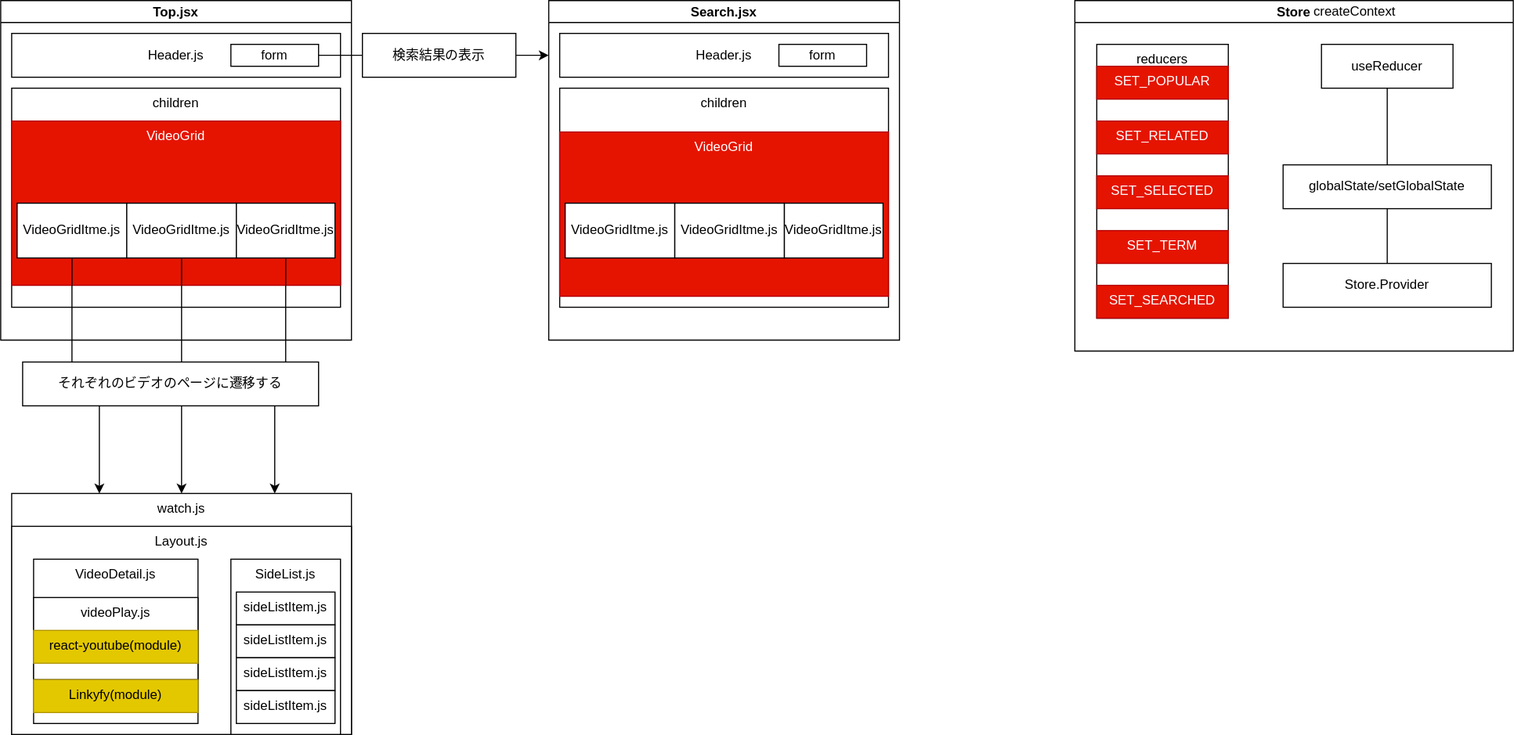
Before: youtube-createContext/component.drawio.svg, a diagram exported from draw.io (awsome-cats/project-design-for-react). Source tidied: cells renumbered, new cells last; positions are measured from the earlier drawing's top-left corner, leaving out a move shared by most shapes. Its diagram source:
```xml
<mxGraphModel>
  <root>
    <mxCell id="0" />
    <mxCell id="1" parent="0" />
    <mxCell id="2" value="Top.jsx" style="swimlane;startSize=20;horizontal=1;containerType=tree;" parent="1" vertex="1">
      <mxGeometry width="320" height="310" as="geometry" />
    </mxCell>
    <mxCell id="3" value="Header.js" style="whiteSpace=wrap;html=1;newEdgeStyle={&quot;edgeStyle&quot;:&quot;elbowEdgeStyle&quot;,&quot;startArrow&quot;:&quot;none&quot;,&quot;endArrow&quot;:&quot;none&quot;};" parent="2" vertex="1">
      <mxGeometry x="10" y="30" width="300" height="40" as="geometry" />
    </mxCell>
    <mxCell id="4" value="children" style="whiteSpace=wrap;html=1;newEdgeStyle={&quot;edgeStyle&quot;:&quot;elbowEdgeStyle&quot;,&quot;startArrow&quot;:&quot;none&quot;,&quot;endArrow&quot;:&quot;none&quot;};verticalAlign=top;" parent="2" vertex="1">
      <mxGeometry x="10" y="80" width="300" height="200" as="geometry" />
    </mxCell>
    <mxCell id="5" value="form" style="rounded=0;whiteSpace=wrap;html=1;align=center;verticalAlign=middle;" parent="2" vertex="1">
      <mxGeometry x="210" y="40" width="80" height="20" as="geometry" />
    </mxCell>
    <mxCell id="6" value="Store" style="swimlane;startSize=20;horizontal=1;containerType=tree;" parent="1" vertex="1">
      <mxGeometry x="980" width="400" height="320" as="geometry" />
    </mxCell>
    <mxCell id="7" style="edgeStyle=elbowEdgeStyle;elbow=vertical;startArrow=none;endArrow=none;rounded=0;" parent="6" edge="1" source="8" target="9">
      <mxGeometry relative="1" as="geometry" />
    </mxCell>
    <mxCell id="8" value="globalState/setGlobalState" style="whiteSpace=wrap;html=1;newEdgeStyle={&quot;edgeStyle&quot;:&quot;elbowEdgeStyle&quot;,&quot;startArrow&quot;:&quot;none&quot;,&quot;endArrow&quot;:&quot;none&quot;};" parent="6" vertex="1">
      <mxGeometry x="190" y="150" width="190" height="40" as="geometry" />
    </mxCell>
    <mxCell id="9" value="useReducer" style="whiteSpace=wrap;html=1;newEdgeStyle={&quot;edgeStyle&quot;:&quot;elbowEdgeStyle&quot;,&quot;startArrow&quot;:&quot;none&quot;,&quot;endArrow&quot;:&quot;none&quot;};" parent="6" vertex="1">
      <mxGeometry x="225" y="40" width="120" height="40" as="geometry" />
    </mxCell>
    <mxCell id="10" value="createContext" style="text;html=1;align=center;verticalAlign=middle;strokeColor=none;" parent="6" vertex="1">
      <mxGeometry x="210" width="90" height="20" as="geometry" />
    </mxCell>
    <mxCell id="11" style="edgeStyle=elbowEdgeStyle;rounded=0;jettySize=auto;html=1;elbow=vertical;startArrow=none;endArrow=none;" parent="6" edge="1" source="8" target="12">
      <mxGeometry relative="1" as="geometry" />
    </mxCell>
    <mxCell id="12" value="Store.Provider" style="whiteSpace=wrap;html=1;newEdgeStyle={&quot;edgeStyle&quot;:&quot;elbowEdgeStyle&quot;,&quot;startArrow&quot;:&quot;none&quot;,&quot;endArrow&quot;:&quot;none&quot;};" parent="6" vertex="1">
      <mxGeometry x="190" y="240" width="190" height="40" as="geometry" />
    </mxCell>
    <mxCell id="13" value="reducers" style="whiteSpace=wrap;html=1;verticalAlign=top;" parent="6" vertex="1">
      <mxGeometry x="20" y="40" width="120" height="250" as="geometry" />
    </mxCell>
    <mxCell id="14" value="SET_POPULAR" style="rounded=0;whiteSpace=wrap;html=1;verticalAlign=top;fillColor=#e51400;strokeColor=#B20000;fontColor=#ffffff;" parent="6" vertex="1">
      <mxGeometry x="20" y="60" width="120" height="30" as="geometry" />
    </mxCell>
    <mxCell id="15" value="SET_RELATED" style="rounded=0;whiteSpace=wrap;html=1;verticalAlign=top;fillColor=#e51400;strokeColor=#B20000;fontColor=#ffffff;" parent="6" vertex="1">
      <mxGeometry x="20" y="110" width="120" height="30" as="geometry" />
    </mxCell>
    <mxCell id="16" value="SET_SELECTED" style="rounded=0;whiteSpace=wrap;html=1;verticalAlign=top;fillColor=#e51400;strokeColor=#B20000;fontColor=#ffffff;" parent="6" vertex="1">
      <mxGeometry x="20" y="160" width="120" height="30" as="geometry" />
    </mxCell>
    <mxCell id="17" value="SET_TERM" style="rounded=0;whiteSpace=wrap;html=1;verticalAlign=top;fillColor=#e51400;strokeColor=#B20000;fontColor=#ffffff;" parent="6" vertex="1">
      <mxGeometry x="20" y="210" width="120" height="30" as="geometry" />
    </mxCell>
    <mxCell id="18" value="SET_SEARCHED" style="rounded=0;whiteSpace=wrap;html=1;verticalAlign=top;fillColor=#e51400;strokeColor=#B20000;fontColor=#ffffff;" parent="6" vertex="1">
      <mxGeometry x="20" y="260" width="120" height="30" as="geometry" />
    </mxCell>
    <mxCell id="19" value="VideoGrid" style="rounded=0;whiteSpace=wrap;html=1;verticalAlign=top;fillColor=#e51400;strokeColor=#B20000;fontColor=#ffffff;" parent="1" vertex="1">
      <mxGeometry x="10" y="110" width="300" height="150" as="geometry" />
    </mxCell>
    <mxCell id="20" style="edgeStyle=orthogonalEdgeStyle;rounded=0;jettySize=auto;html=1;" parent="1" edge="1" source="21">
      <mxGeometry relative="1" as="geometry">
        <mxPoint x="90" y="450" as="targetPoint" />
      </mxGeometry>
    </mxCell>
    <mxCell id="21" value="VideoGridItme.js" style="rounded=0;whiteSpace=wrap;html=1;verticalAlign=middle;" parent="1" vertex="1">
      <mxGeometry x="15" y="185" width="100" height="50" as="geometry" />
    </mxCell>
    <mxCell id="22" style="edgeStyle=orthogonalEdgeStyle;rounded=0;jettySize=auto;html=1;" parent="1" edge="1" source="23" target="26">
      <mxGeometry relative="1" as="geometry" />
    </mxCell>
    <mxCell id="23" value="VideoGridItme.js" style="rounded=0;whiteSpace=wrap;html=1;verticalAlign=middle;" parent="1" vertex="1">
      <mxGeometry x="115" y="185" width="100" height="50" as="geometry" />
    </mxCell>
    <mxCell id="24" style="edgeStyle=orthogonalEdgeStyle;rounded=0;jettySize=auto;html=1;" parent="1" edge="1" source="25">
      <mxGeometry relative="1" as="geometry">
        <mxPoint x="250" y="450" as="targetPoint" />
      </mxGeometry>
    </mxCell>
    <mxCell id="25" value="VideoGridItme.js" style="rounded=0;whiteSpace=wrap;html=1;verticalAlign=middle;" parent="1" vertex="1">
      <mxGeometry x="215" y="185" width="90" height="50" as="geometry" />
    </mxCell>
    <mxCell id="26" value="watch.js" style="rounded=0;whiteSpace=wrap;html=1;verticalAlign=top;align=center;" parent="1" vertex="1">
      <mxGeometry x="10" y="450" width="310" height="220" as="geometry" />
    </mxCell>
    <mxCell id="27" value="それぞれのビデオのページに遷移する" style="rounded=0;whiteSpace=wrap;html=1;verticalAlign=middle;" parent="1" vertex="1">
      <mxGeometry x="20" y="330" width="270" height="40" as="geometry" />
    </mxCell>
    <mxCell id="28" value="Layout.js" style="rounded=0;whiteSpace=wrap;html=1;verticalAlign=top;" parent="1" vertex="1">
      <mxGeometry x="10" y="480" width="310" height="190" as="geometry" />
    </mxCell>
    <mxCell id="29" value="VideoDetail.js" style="rounded=0;whiteSpace=wrap;html=1;verticalAlign=top;" parent="1" vertex="1">
      <mxGeometry x="30" y="510" width="150" height="150" as="geometry" />
    </mxCell>
    <mxCell id="30" value="SideList.js" style="rounded=0;whiteSpace=wrap;html=1;verticalAlign=top;" parent="1" vertex="1">
      <mxGeometry x="210" y="510" width="100" height="160" as="geometry" />
    </mxCell>
    <mxCell id="31" value="sideListItem.js" style="rounded=0;whiteSpace=wrap;html=1;align=center;verticalAlign=top;" parent="1" vertex="1">
      <mxGeometry x="215" y="540" width="90" height="30" as="geometry" />
    </mxCell>
    <mxCell id="32" value="sideListItem.js" style="rounded=0;whiteSpace=wrap;html=1;align=center;verticalAlign=top;" parent="1" vertex="1">
      <mxGeometry x="215" y="570" width="90" height="30" as="geometry" />
    </mxCell>
    <mxCell id="33" value="sideListItem.js" style="rounded=0;whiteSpace=wrap;html=1;align=center;verticalAlign=top;" parent="1" vertex="1">
      <mxGeometry x="215" y="600" width="90" height="30" as="geometry" />
    </mxCell>
    <mxCell id="34" value="sideListItem.js" style="rounded=0;whiteSpace=wrap;html=1;align=center;verticalAlign=top;" parent="1" vertex="1">
      <mxGeometry x="215" y="630" width="90" height="30" as="geometry" />
    </mxCell>
    <mxCell id="35" style="endArrow=classic;html=1;" parent="1" edge="1">
      <mxGeometry relative="1" as="geometry">
        <mxPoint x="290" y="50" as="sourcePoint" />
        <mxPoint x="500" y="50" as="targetPoint" />
      </mxGeometry>
    </mxCell>
    <mxCell id="36" style="group;" parent="1" vertex="1">
      <mxGeometry x="500" width="320" height="310" as="geometry" />
    </mxCell>
    <mxCell id="37" value="Search.jsx" style="swimlane;startSize=20;horizontal=1;containerType=tree;" parent="36" vertex="1">
      <mxGeometry width="320" height="310" as="geometry" />
    </mxCell>
    <mxCell id="38" value="Header.js" style="whiteSpace=wrap;html=1;newEdgeStyle={&quot;edgeStyle&quot;:&quot;elbowEdgeStyle&quot;,&quot;startArrow&quot;:&quot;none&quot;,&quot;endArrow&quot;:&quot;none&quot;};" parent="37" vertex="1">
      <mxGeometry x="10" y="30" width="300" height="40" as="geometry" />
    </mxCell>
    <mxCell id="39" value="children" style="whiteSpace=wrap;html=1;newEdgeStyle={&quot;edgeStyle&quot;:&quot;elbowEdgeStyle&quot;,&quot;startArrow&quot;:&quot;none&quot;,&quot;endArrow&quot;:&quot;none&quot;};verticalAlign=top;" parent="37" vertex="1">
      <mxGeometry x="10" y="80" width="300" height="200" as="geometry" />
    </mxCell>
    <mxCell id="40" value="form" style="rounded=0;whiteSpace=wrap;html=1;align=center;verticalAlign=middle;" parent="37" vertex="1">
      <mxGeometry x="210" y="40" width="80" height="20" as="geometry" />
    </mxCell>
    <mxCell id="41" value="VideoGrid" style="rounded=0;whiteSpace=wrap;html=1;verticalAlign=top;fillColor=#e51400;strokeColor=#B20000;fontColor=#ffffff;" parent="36" vertex="1">
      <mxGeometry x="10" y="120" width="300" height="150" as="geometry" />
    </mxCell>
    <mxCell id="42" value="VideoGridItme.js" style="rounded=0;whiteSpace=wrap;html=1;verticalAlign=middle;" parent="36" vertex="1">
      <mxGeometry x="15" y="185" width="100" height="50" as="geometry" />
    </mxCell>
    <mxCell id="43" value="VideoGridItme.js" style="rounded=0;whiteSpace=wrap;html=1;verticalAlign=middle;" parent="36" vertex="1">
      <mxGeometry x="115" y="185" width="100" height="50" as="geometry" />
    </mxCell>
    <mxCell id="44" value="VideoGridItme.js" style="rounded=0;whiteSpace=wrap;html=1;verticalAlign=middle;" parent="36" vertex="1">
      <mxGeometry x="215" y="185" width="90" height="50" as="geometry" />
    </mxCell>
    <mxCell id="45" value="検索結果の表示" style="rounded=0;whiteSpace=wrap;html=1;verticalAlign=middle;" parent="1" vertex="1">
      <mxGeometry x="330" y="30" width="140" height="40" as="geometry" />
    </mxCell>
    <mxCell id="46" value="videoPlay.js" style="rounded=0;whiteSpace=wrap;html=1;align=center;verticalAlign=top;" parent="1" vertex="1">
      <mxGeometry x="30" y="545" width="150" height="75" as="geometry" />
    </mxCell>
    <mxCell id="47" value="react-youtube(module)" style="rounded=0;whiteSpace=wrap;html=1;align=center;verticalAlign=top;fillColor=#e3c800;strokeColor=#B09500;fontColor=#000000;" parent="1" vertex="1">
      <mxGeometry x="30" y="575" width="150" height="30" as="geometry" />
    </mxCell>
    <mxCell id="48" value="Linkyfy(module)" style="rounded=0;whiteSpace=wrap;html=1;align=center;verticalAlign=top;fillColor=#e3c800;strokeColor=#B09500;fontColor=#000000;" parent="1" vertex="1">
      <mxGeometry x="30" y="620" width="150" height="30" as="geometry" />
    </mxCell>
  </root>
</mxGraphModel>
```
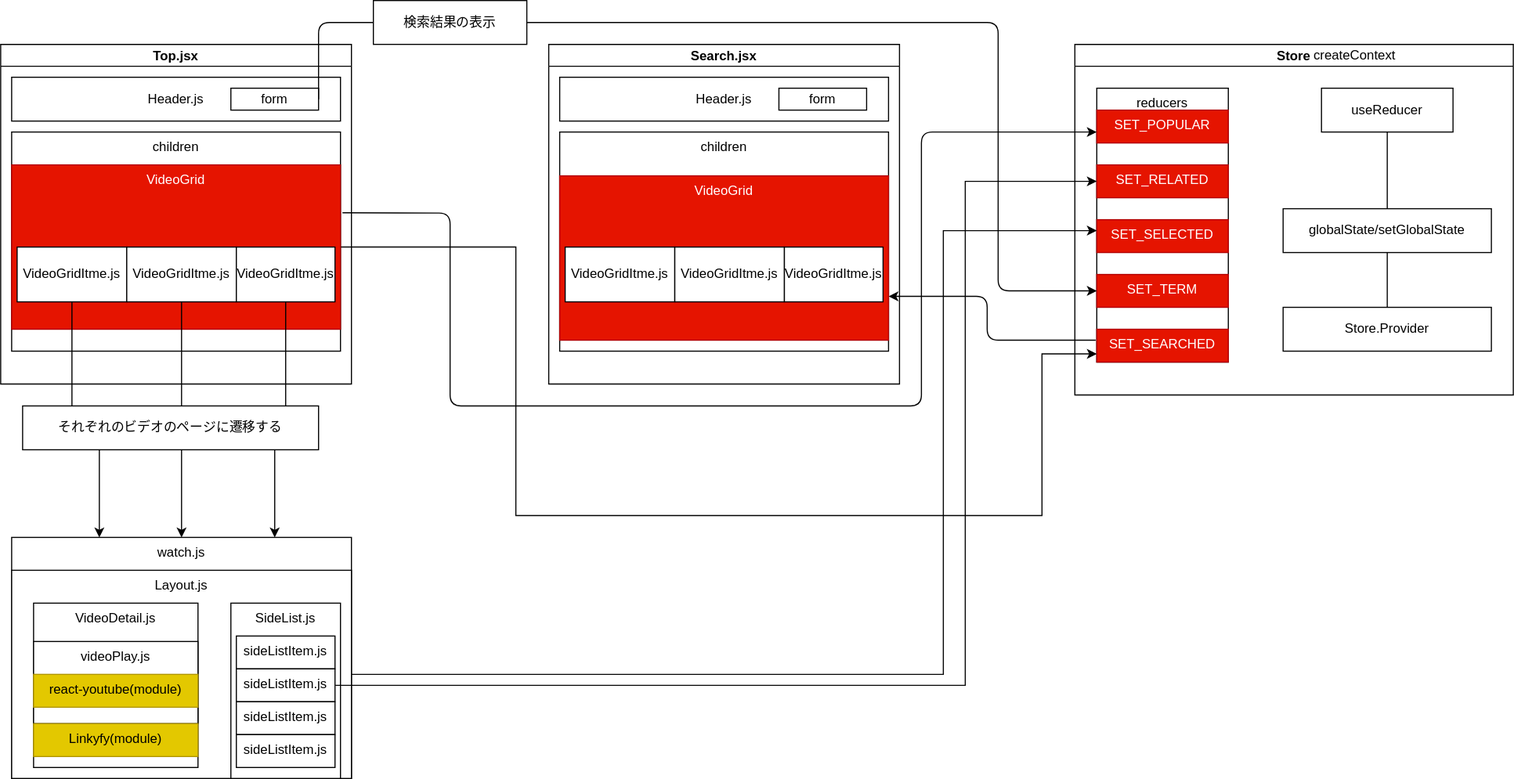
After the commit.

Diff of the diagram source:
```diff
@@ -53,6 +53,16 @@
     <mxCell id="18" value="SET_SEARCHED" style="rounded=0;whiteSpace=wrap;html=1;verticalAlign=top;fillColor=#e51400;strokeColor=#B20000;fontColor=#ffffff;" parent="6" vertex="1">
       <mxGeometry x="20" y="260" width="120" height="30" as="geometry" />
     </mxCell>
+    <mxCell id="49" style="edgeStyle=orthogonalEdgeStyle;rounded=0;jettySize=auto;html=1;fontColor=#FFFFFF;entryX=0;entryY=0.75;entryDx=0;entryDy=0;" parent="1" edge="1" source="19" target="18">
+      <mxGeometry relative="1" as="geometry">
+        <Array as="points">
+          <mxPoint x="470" y="185" />
+          <mxPoint x="470" y="430" />
+          <mxPoint x="950" y="430" />
+          <mxPoint x="950" y="283" />
+        </Array>
+      </mxGeometry>
+    </mxCell>
     <mxCell id="19" value="VideoGrid" style="rounded=0;whiteSpace=wrap;html=1;verticalAlign=top;fillColor=#e51400;strokeColor=#B20000;fontColor=#ffffff;" parent="1" vertex="1">
       <mxGeometry x="10" y="110" width="300" height="150" as="geometry" />
     </mxCell>
@@ -84,6 +94,16 @@
     <mxCell id="27" value="それぞれのビデオのページに遷移する" style="rounded=0;whiteSpace=wrap;html=1;verticalAlign=middle;" parent="1" vertex="1">
       <mxGeometry x="20" y="330" width="270" height="40" as="geometry" />
     </mxCell>
+    <mxCell id="50" style="edgeStyle=orthogonalEdgeStyle;rounded=0;jettySize=auto;html=1;fontColor=#FFFFFF;" parent="1" edge="1" source="28">
+      <mxGeometry relative="1" as="geometry">
+        <mxPoint x="1000" y="170" as="targetPoint" />
+        <Array as="points">
+          <mxPoint x="860" y="575" />
+          <mxPoint x="860" y="170" />
+          <mxPoint x="1000" y="170" />
+        </Array>
+      </mxGeometry>
+    </mxCell>
     <mxCell id="28" value="Layout.js" style="rounded=0;whiteSpace=wrap;html=1;verticalAlign=top;" parent="1" vertex="1">
       <mxGeometry x="10" y="480" width="310" height="190" as="geometry" />
     </mxCell>
@@ -96,6 +116,16 @@
     <mxCell id="31" value="sideListItem.js" style="rounded=0;whiteSpace=wrap;html=1;align=center;verticalAlign=top;" parent="1" vertex="1">
       <mxGeometry x="215" y="540" width="90" height="30" as="geometry" />
     </mxCell>
+    <mxCell id="51" style="edgeStyle=orthogonalEdgeStyle;rounded=0;jettySize=auto;html=1;fontColor=#FFFFFF;" parent="1" edge="1" source="32">
+      <mxGeometry relative="1" as="geometry">
+        <mxPoint x="1000" y="125" as="targetPoint" />
+        <Array as="points">
+          <mxPoint x="880" y="585" />
+          <mxPoint x="880" y="125" />
+          <mxPoint x="1000" y="125" />
+        </Array>
+      </mxGeometry>
+    </mxCell>
     <mxCell id="32" value="sideListItem.js" style="rounded=0;whiteSpace=wrap;html=1;align=center;verticalAlign=top;" parent="1" vertex="1">
       <mxGeometry x="215" y="570" width="90" height="30" as="geometry" />
     </mxCell>
@@ -107,8 +137,12 @@
     </mxCell>
     <mxCell id="35" style="endArrow=classic;html=1;" parent="1" edge="1">
       <mxGeometry relative="1" as="geometry">
-        <mxPoint x="290" y="50" as="sourcePoint" />
-        <mxPoint x="500" y="50" as="targetPoint" />
+        <mxPoint x="999" y="270" as="sourcePoint" />
+        <mxPoint x="810" y="230" as="targetPoint" />
+        <Array as="points">
+          <mxPoint x="900" y="270" />
+          <mxPoint x="900" y="230" />
+        </Array>
       </mxGeometry>
     </mxCell>
     <mxCell id="36" style="group;" parent="1" vertex="1">
@@ -138,9 +172,6 @@
     <mxCell id="44" value="VideoGridItme.js" style="rounded=0;whiteSpace=wrap;html=1;verticalAlign=middle;" parent="36" vertex="1">
       <mxGeometry x="215" y="185" width="90" height="50" as="geometry" />
     </mxCell>
-    <mxCell id="45" value="検索結果の表示" style="rounded=0;whiteSpace=wrap;html=1;verticalAlign=middle;" parent="1" vertex="1">
-      <mxGeometry x="330" y="30" width="140" height="40" as="geometry" />
-    </mxCell>
     <mxCell id="46" value="videoPlay.js" style="rounded=0;whiteSpace=wrap;html=1;align=center;verticalAlign=top;" parent="1" vertex="1">
       <mxGeometry x="30" y="545" width="150" height="75" as="geometry" />
     </mxCell>
@@ -150,5 +181,31 @@
     <mxCell id="48" value="Linkyfy(module)" style="rounded=0;whiteSpace=wrap;html=1;align=center;verticalAlign=top;fillColor=#e3c800;strokeColor=#B09500;fontColor=#000000;" parent="1" vertex="1">
       <mxGeometry x="30" y="620" width="150" height="30" as="geometry" />
     </mxCell>
+    <mxCell id="52" style="endArrow=classic;html=1;fontColor=#FFFFFF;entryX=0;entryY=0.5;entryDx=0;entryDy=0;" parent="1" edge="1" target="17">
+      <mxGeometry relative="1" as="geometry">
+        <mxPoint x="290" y="50" as="sourcePoint" />
+        <Array as="points">
+          <mxPoint x="290" y="-20" />
+          <mxPoint x="910" y="-20" />
+          <mxPoint x="910" y="225" />
+        </Array>
+      </mxGeometry>
+    </mxCell>
+    <mxCell id="45" value="検索結果の表示" style="rounded=0;whiteSpace=wrap;html=1;verticalAlign=middle;" parent="1" vertex="1">
+      <mxGeometry x="340" y="-40" width="140" height="40" as="geometry" />
+    </mxCell>
+    <mxCell id="53" style="endArrow=classic;html=1;fontColor=#FFFFFF;exitX=1.006;exitY=0.291;exitDx=0;exitDy=0;exitPerimeter=0;" parent="1" edge="1" source="19">
+      <mxGeometry relative="1" as="geometry">
+        <mxPoint x="1000" y="80" as="targetPoint" />
+        <Array as="points">
+          <mxPoint x="410" y="154" />
+          <mxPoint x="410" y="230" />
+          <mxPoint x="410" y="330" />
+          <mxPoint x="660" y="330" />
+          <mxPoint x="840" y="330" />
+          <mxPoint x="840" y="80" />
+        </Array>
+      </mxGeometry>
+    </mxCell>
   </root>
 </mxGraphModel>
```
